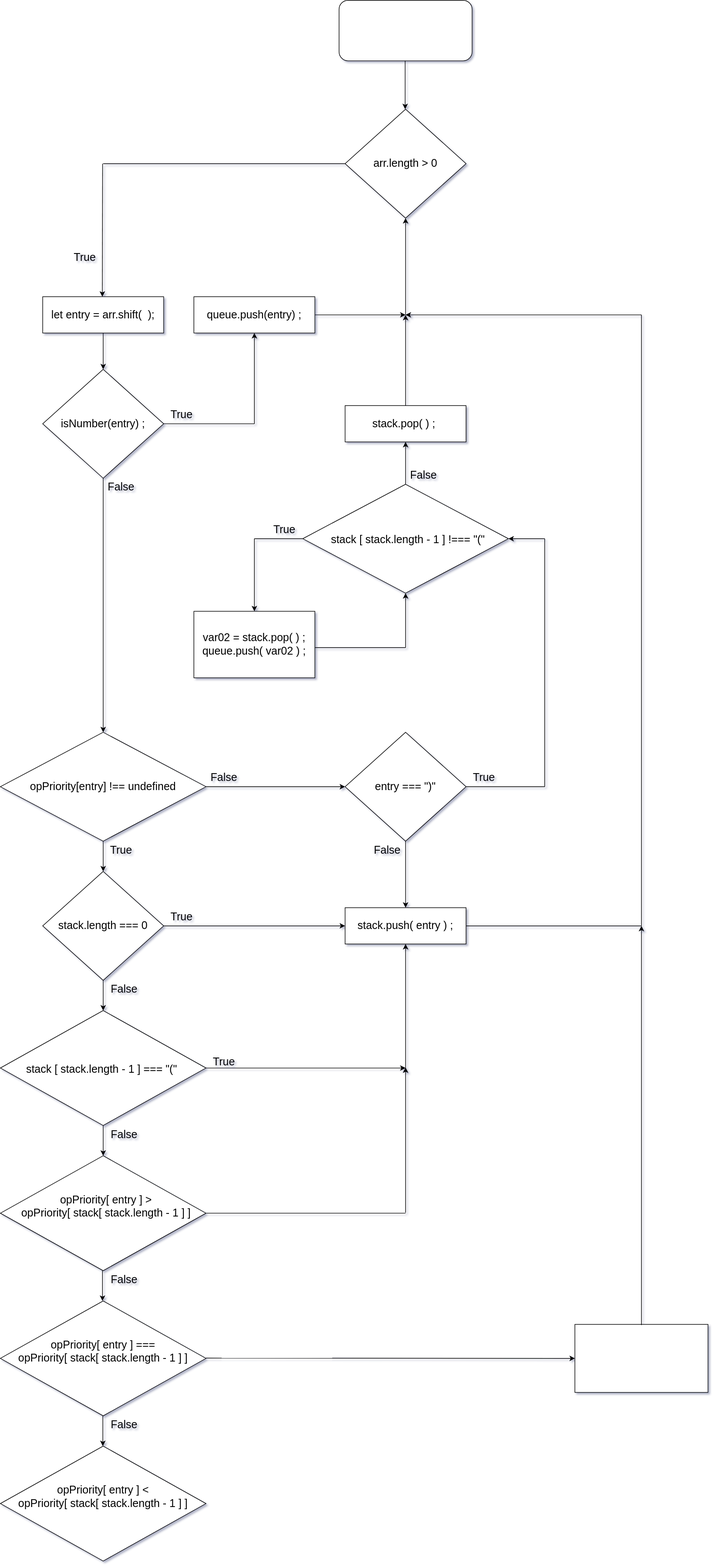
Earlier version of the draw.io export Untitled Diagram.drawio.svg (jcgm3205/jcgm3205). Source tidied: cells renumbered, new cells last; positions are measured from the earlier drawing's top-left corner, leaving out a move shared by most shapes.
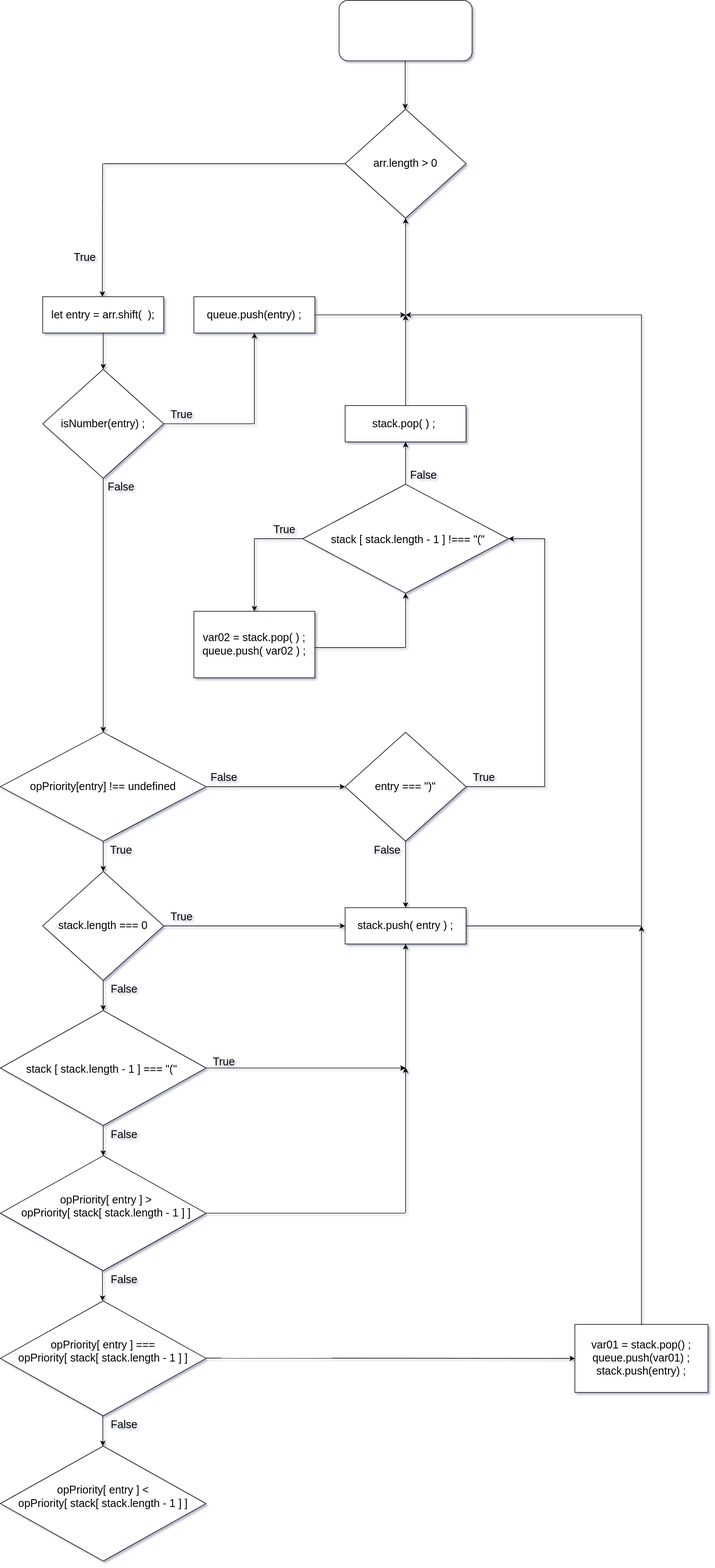
After the change.

What changed in the source:
```diff
@@ -317,7 +317,7 @@
     <mxCell id="79" value="False" style="text;html=1;strokeColor=none;fillColor=none;align=center;verticalAlign=middle;whiteSpace=wrap;rounded=0;fontSize=18;" parent="1" vertex="1">
       <mxGeometry x="170" y="2340" width="70" height="30" as="geometry" />
     </mxCell>
-    <mxCell id="80" style="rounded=0;whiteSpace=wrap;html=1;fontSize=18;strokeWidth=1;" parent="1" vertex="1">
+    <mxCell id="80" value="var01 = stack.pop() ;&lt;br&gt;queue.push(var01) ;&lt;br&gt;stack.push(entry) ;" style="rounded=0;whiteSpace=wrap;html=1;fontSize=18;strokeWidth=1;" parent="1" vertex="1">
       <mxGeometry x="950" y="2188.8" width="220" height="112.5" as="geometry" />
     </mxCell>
     <mxCell id="81" style="endArrow=classic;html=1;rounded=0;fontSize=18;" parent="1" edge="1">
```
